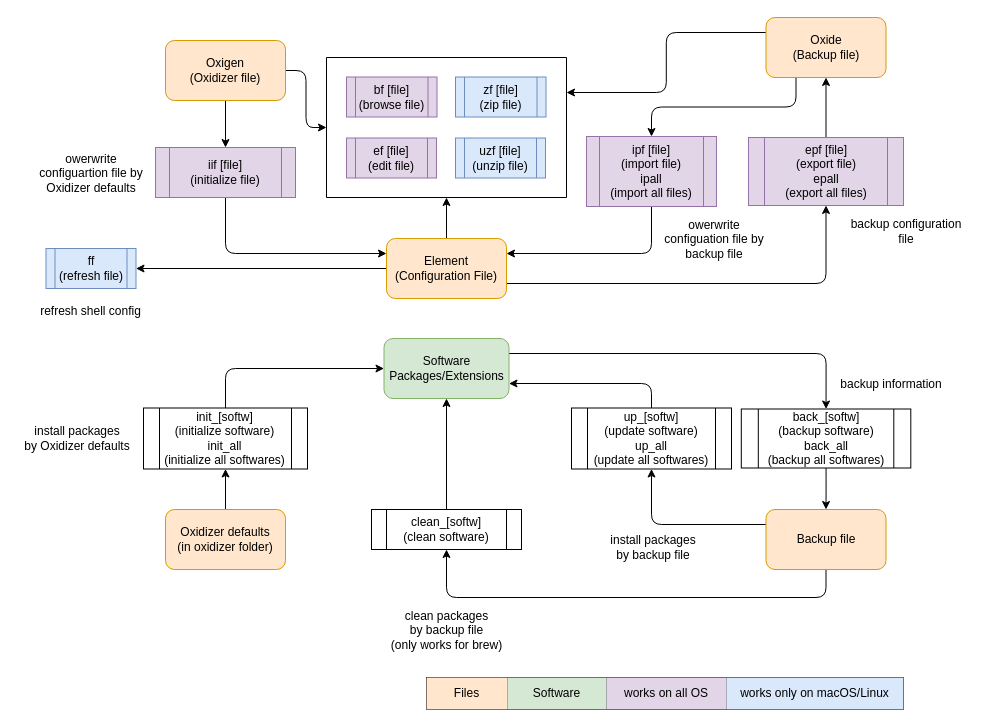
Above: design.drawio in ivaquero/backup (draw.io), before the change. Source tidied: cells renumbered, new cells numbered last; positions are measured from the earlier drawing's top-left corner, leaving out a move shared by most shapes. Both pictures are drawn from the tidied source at 100%, with x=0, y=0 at pixel (16, 17).
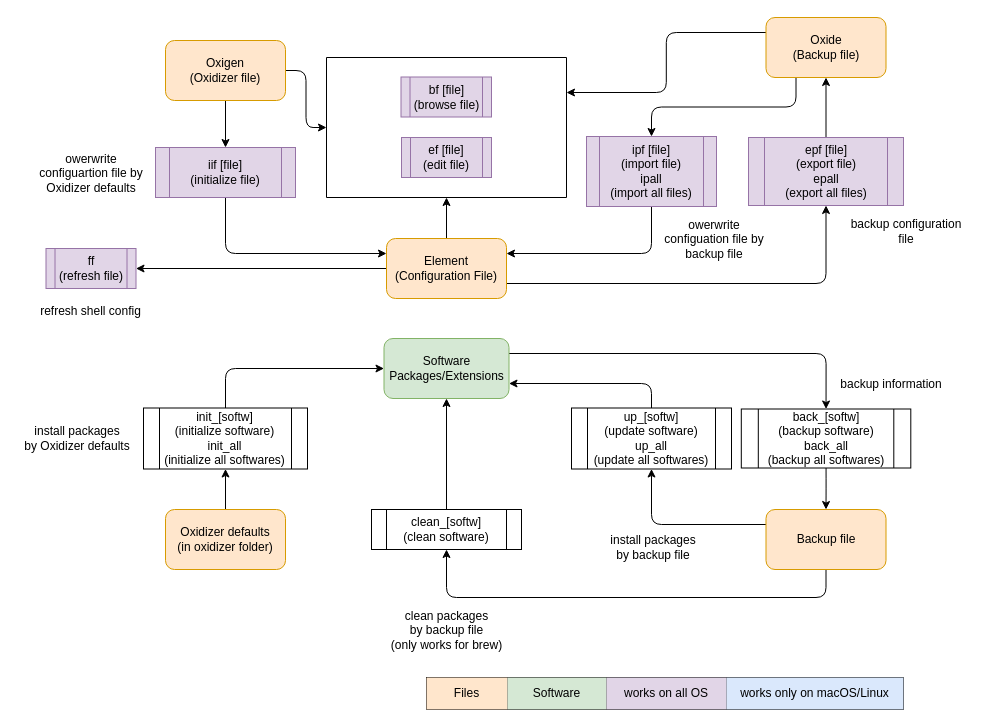
The same page after the edit.

The change refers to these unchanged cells:
```xml
<mxCell id="42" style="swimlane;startSize=0;" parent="1" vertex="1">
  <mxGeometry x="310" y="40" width="240" height="140" as="geometry" />
</mxCell>
```

The edit, as a diff of the source:
```diff
@@
-    <mxCell id="37" value="ff&lt;br&gt;(refresh file)" style="shape=process;whiteSpace=wrap;html=1;backgroundOutline=1;fillColor=#dae8fc;strokeColor=#6c8ebf;" parent="1" vertex="1">
+    <mxCell id="37" value="ff&lt;br&gt;(refresh file)" style="shape=process;whiteSpace=wrap;html=1;backgroundOutline=1;fillColor=#e1d5e7;strokeColor=#9673a6;" parent="1" vertex="1">
       <mxGeometry x="29.5" y="231" width="90" height="40" as="geometry" />
     </mxCell>
@@
     <mxCell id="43" value="bf [file]&lt;br&gt;(browse file)" style="shape=process;whiteSpace=wrap;html=1;backgroundOutline=1;fillColor=#e1d5e7;strokeColor=#9673a6;" parent="42" vertex="1">
-      <mxGeometry x="20" y="19.5" width="90.5" height="40" as="geometry" />
+      <mxGeometry x="74.5" y="19.5" width="90.5" height="40" as="geometry" />
     </mxCell>
     <mxCell id="44" value="ef [file]&lt;br&gt;(edit file)" style="shape=process;whiteSpace=wrap;html=1;backgroundOutline=1;fillColor=#e1d5e7;strokeColor=#9673a6;" parent="42" vertex="1">
-      <mxGeometry x="20" y="80.5" width="90" height="40" as="geometry" />
+      <mxGeometry x="75" y="80" width="90" height="40" as="geometry" />
     </mxCell>
-    <mxCell id="45" value="zf [file]&lt;br&gt;(zip file)" style="shape=process;whiteSpace=wrap;html=1;backgroundOutline=1;fillColor=#dae8fc;strokeColor=#6c8ebf;" parent="42" vertex="1">
-      <mxGeometry x="129" y="19.5" width="90.5" height="40" as="geometry" />
-    </mxCell>
-    <mxCell id="46" value="uzf [file]&lt;br&gt;(unzip file)" style="shape=process;whiteSpace=wrap;html=1;backgroundOutline=1;fillColor=#dae8fc;strokeColor=#6c8ebf;" parent="42" vertex="1">
-      <mxGeometry x="129" y="80.5" width="90" height="40" as="geometry" />
-    </mxCell>
```
